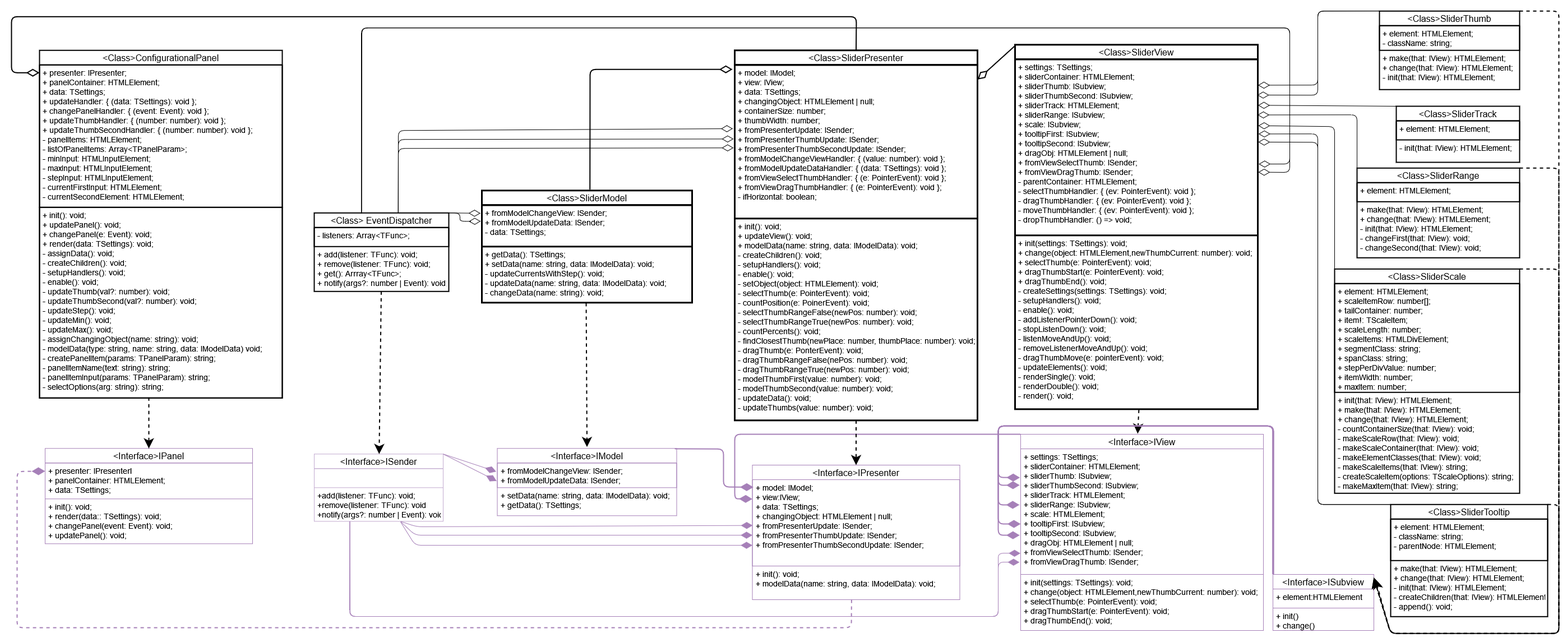
Before: src/UML diagram.png, a diagram exported from draw.io (gunzenroses/slider-plugin). Source tidied: cells renumbered, new cells last; positions are measured from the earlier drawing's top-left corner, leaving out a move shared by most shapes.
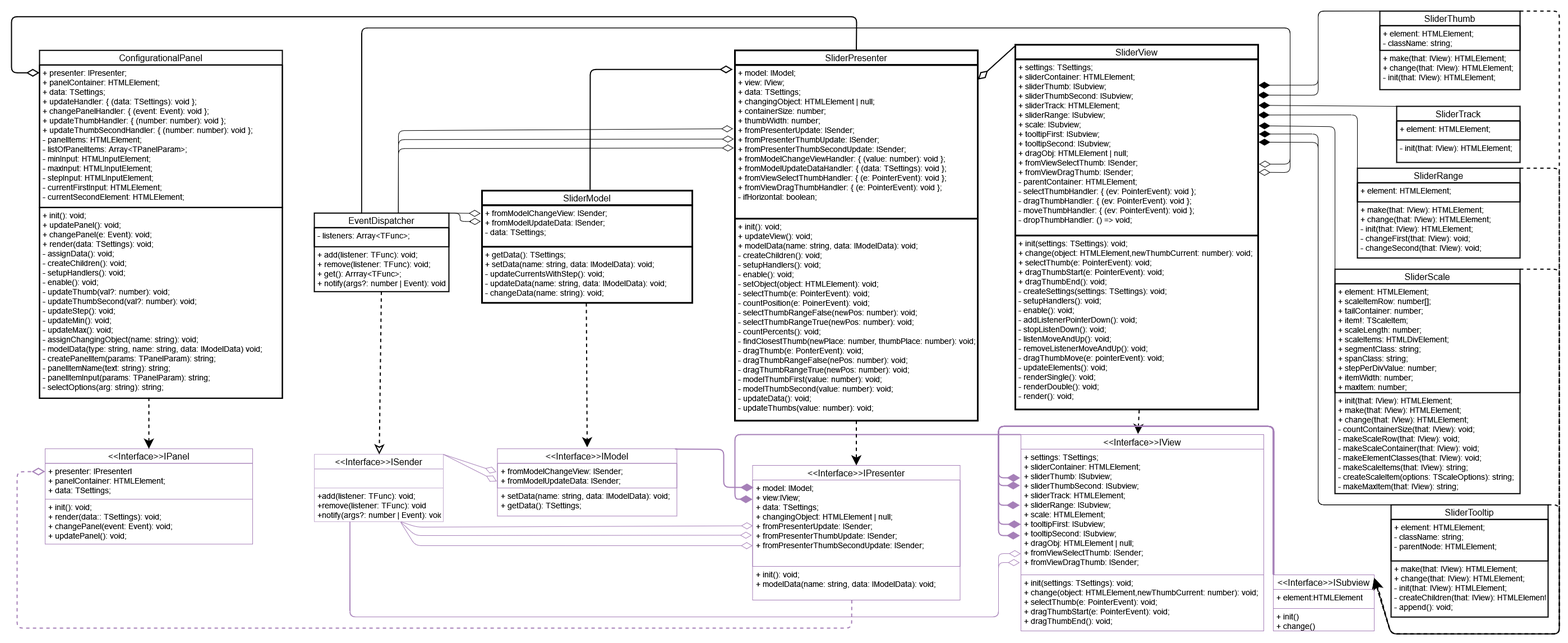
Later version of the same file.

Diff of the diagram source:
```diff
@@ -4,3 +4,3 @@
     <mxCell id="1" parent="0" />
-    <mxCell id="2" value="&lt;Interface&gt;ISubview" style="swimlane;fontStyle=0;horizontal=1;startSize=26;align=center;fontSize=16;strokeColor=#A680B8;" parent="1" vertex="1">
+    <mxCell id="2" value="&lt;&lt;Interface&gt;&gt;ISubview" style="swimlane;fontStyle=0;horizontal=1;startSize=26;align=center;fontSize=16;strokeColor=#A680B8;" parent="1" vertex="1">
       <mxGeometry x="2250" y="1005" width="180" height="100" as="geometry" />
@@ -13,3 +13,3 @@
     </mxCell>
-    <mxCell id="5" value="&lt;Interface&gt;IModel" style="swimlane;fontStyle=0;horizontal=1;startSize=26;align=center;fontSize=16;strokeColor=#A680B8;" parent="1" vertex="1">
+    <mxCell id="5" value="&lt;&lt;Interface&gt;&gt;IModel" style="swimlane;fontStyle=0;horizontal=1;startSize=26;align=center;fontSize=16;strokeColor=#A680B8;" parent="1" vertex="1">
       <mxGeometry x="866.5" y="780.3" width="320" height="120" as="geometry" />
@@ -22,3 +22,3 @@
     </mxCell>
-    <mxCell id="8" value="&lt;Interface&gt;IPresenter" style="swimlane;fontStyle=0;horizontal=1;startSize=26;align=center;fontSize=16;strokeColor=#A680B8;" parent="1" vertex="1">
+    <mxCell id="8" value="&lt;&lt;Interface&gt;&gt;IPresenter" style="swimlane;fontStyle=0;horizontal=1;startSize=26;align=center;fontSize=16;strokeColor=#A680B8;" parent="1" vertex="1">
       <mxGeometry x="1321.5" y="810" width="370" height="240" as="geometry" />
@@ -31,3 +31,3 @@
     </mxCell>
-    <mxCell id="11" value="&lt;Interface&gt;IView" style="swimlane;fontStyle=0;horizontal=1;startSize=26;align=center;fontSize=16;strokeColor=#A680B8;" parent="1" vertex="1">
+    <mxCell id="11" value="&lt;&lt;Interface&gt;&gt;IView" style="swimlane;fontStyle=0;horizontal=1;startSize=26;align=center;fontSize=16;strokeColor=#A680B8;" parent="1" vertex="1">
       <mxGeometry x="1800" y="755" width="433" height="350" as="geometry" />
@@ -40,3 +40,3 @@
     </mxCell>
-    <mxCell id="14" value="&lt;Interface&gt;ISender" style="swimlane;fontStyle=0;horizontal=1;startSize=26;align=center;fontSize=16;strokeColor=#C3ABD0;" parent="1" vertex="1">
+    <mxCell id="14" value="&lt;&lt;Interface&gt;&gt;ISender" style="swimlane;fontStyle=0;horizontal=1;startSize=26;align=center;fontSize=16;strokeColor=#C3ABD0;" parent="1" vertex="1">
       <mxGeometry x="540" y="790.3" width="230" height="120" as="geometry" />
@@ -49,3 +49,3 @@
     </mxCell>
-    <mxCell id="17" value="&lt;Class&gt;SliderModel" style="swimlane;fontStyle=0;horizontal=1;startSize=26;align=center;fontSize=16;strokeWidth=3;" parent="1" vertex="1">
+    <mxCell id="17" value="SliderModel" style="swimlane;fontStyle=0;horizontal=1;startSize=26;align=center;fontSize=16;strokeWidth=3;" parent="1" vertex="1">
       <mxGeometry x="839" y="320.3" width="375" height="200" as="geometry" />
@@ -61,3 +61,3 @@
     </mxCell>
-    <mxCell id="21" value="&lt;Class&gt; EventDispatcher" style="swimlane;fontStyle=0;horizontal=1;startSize=26;align=center;fontSize=16;strokeWidth=2;" parent="1" vertex="1">
+    <mxCell id="21" value="EventDispatcher" style="swimlane;fontStyle=0;horizontal=1;startSize=26;align=center;fontSize=16;strokeWidth=2;" parent="1" vertex="1">
       <mxGeometry x="540" y="360.3" width="240" height="140" as="geometry" />
@@ -70,6 +70,6 @@
     </mxCell>
-    <mxCell id="24" style="endArrow=diamondThin;html=1;fontSize=16;exitX=1;exitY=0;exitDx=0;exitDy=0;endFill=1;endSize=18;startSize=9;strokeColor=#A680B8;entryX=-0.006;entryY=0.348;entryDx=0;entryDy=0;entryPerimeter=0;" parent="1" edge="1" source="14" target="6">
+    <mxCell id="24" style="endArrow=diamondThin;html=1;fontSize=16;exitX=1;exitY=0;exitDx=0;exitDy=0;endFill=0;endSize=18;startSize=9;strokeColor=#A680B8;entryX=-0.006;entryY=0.348;entryDx=0;entryDy=0;entryPerimeter=0;" parent="1" edge="1" source="14" target="6">
       <mxGeometry relative="1" as="geometry" />
     </mxCell>
-    <mxCell id="25" style="endArrow=diamondThin;html=1;fontSize=16;endFill=1;endSize=18;startSize=9;strokeColor=#A680B8;entryX=-0.004;entryY=0.727;entryDx=0;entryDy=0;entryPerimeter=0;exitX=1;exitY=0;exitDx=0;exitDy=0;" parent="1" edge="1" source="14" target="6">
+    <mxCell id="25" style="endArrow=diamondThin;html=1;fontSize=16;endFill=0;endSize=18;startSize=9;strokeColor=#A680B8;entryX=-0.004;entryY=0.727;entryDx=0;entryDy=0;entryPerimeter=0;exitX=1;exitY=0;exitDx=0;exitDy=0;" parent="1" edge="1" source="14" target="6">
       <mxGeometry relative="1" as="geometry" />
@@ -85,3 +85,3 @@
     </mxCell>
-    <mxCell id="27" value="&lt;Class&gt;SliderView" style="swimlane;fontStyle=0;horizontal=1;startSize=26;align=center;fontSize=16;strokeWidth=3;" parent="1" vertex="1">
+    <mxCell id="27" value="SliderView" style="swimlane;fontStyle=0;horizontal=1;startSize=26;align=center;fontSize=16;strokeWidth=3;" parent="1" vertex="1">
       <mxGeometry x="1790" y="60.3" width="433" height="650" as="geometry" />
@@ -103,3 +103,3 @@
     </mxCell>
-    <mxCell id="31" style="endArrow=classic;html=1;fontSize=16;dashed=1;endSize=12;strokeWidth=2;" parent="1" edge="1" source="23" target="14">
+    <mxCell id="31" style="endArrow=classic;html=1;fontSize=16;dashed=1;endSize=12;strokeWidth=2;endFill=0;" parent="1" edge="1" source="23" target="14">
       <mxGeometry relative="1" as="geometry" />
@@ -109,3 +109,3 @@
     </mxCell>
-    <mxCell id="33" value="&lt;Class&gt;SliderPresenter" style="swimlane;fontStyle=0;horizontal=1;startSize=26;align=center;fontSize=16;strokeWidth=3;" parent="1" vertex="1">
+    <mxCell id="33" value="SliderPresenter" style="swimlane;fontStyle=0;horizontal=1;startSize=26;align=center;fontSize=16;strokeWidth=3;" parent="1" vertex="1">
       <mxGeometry x="1290" y="70.3" width="433" height="660" as="geometry" />
@@ -171,3 +171,3 @@
     </mxCell>
-    <mxCell id="45" value="&lt;Interface&gt;IPanel" style="swimlane;fontStyle=0;horizontal=1;startSize=26;align=center;fontSize=16;strokeColor=#A680B8;" parent="1" vertex="1">
+    <mxCell id="45" value="&lt;&lt;Interface&gt;&gt;IPanel" style="swimlane;fontStyle=0;horizontal=1;startSize=26;align=center;fontSize=16;strokeColor=#A680B8;" parent="1" vertex="1">
       <mxGeometry x="60" y="780.3" width="370" height="170" as="geometry" />
@@ -180,3 +180,3 @@
     </mxCell>
-    <mxCell id="48" value="&lt;Class&gt;ConfigurationalPanel" style="swimlane;fontStyle=0;horizontal=1;startSize=26;align=center;fontSize=16;strokeWidth=2;" parent="1" vertex="1">
+    <mxCell id="48" value="ConfigurationalPanel" style="swimlane;fontStyle=0;horizontal=1;startSize=26;align=center;fontSize=16;strokeWidth=2;" parent="1" vertex="1">
       <mxGeometry x="50" y="70.3" width="433" height="620" as="geometry" />
@@ -194,3 +194,3 @@
     </mxCell>
-    <mxCell id="52" style="endArrow=diamondThin;html=1;dashed=1;fontSize=16;endSize=18;strokeWidth=2;endFill=1;exitX=0.478;exitY=1;exitDx=0;exitDy=0;exitPerimeter=0;strokeColor=#A680B8;entryX=0;entryY=0.228;entryDx=0;entryDy=0;entryPerimeter=0;" parent="1" edge="1" source="10" target="46">
+    <mxCell id="52" style="endArrow=diamondThin;html=1;dashed=1;fontSize=16;endSize=18;strokeWidth=2;endFill=0;exitX=0.478;exitY=1;exitDx=0;exitDy=0;exitPerimeter=0;strokeColor=#A680B8;entryX=0;entryY=0.228;entryDx=0;entryDy=0;entryPerimeter=0;" parent="1" edge="1" source="10" target="46">
       <mxGeometry relative="1" as="geometry">
@@ -212,3 +212,3 @@
     </mxCell>
-    <mxCell id="54" style="endArrow=diamondThin;html=1;fontSize=16;endFill=1;endSize=18;startSize=9;strokeColor=#A680B8;exitX=0.671;exitY=1.004;exitDx=0;exitDy=0;exitPerimeter=0;entryX=0.001;entryY=0.53;entryDx=0;entryDy=0;entryPerimeter=0;" parent="1" edge="1" source="16" target="9">
+    <mxCell id="54" style="endArrow=diamondThin;html=1;fontSize=16;endFill=0;endSize=18;startSize=9;strokeColor=#A680B8;exitX=0.671;exitY=1.004;exitDx=0;exitDy=0;exitPerimeter=0;entryX=0.001;entryY=0.53;entryDx=0;entryDy=0;entryPerimeter=0;" parent="1" edge="1" source="16" target="9">
       <mxGeometry relative="1" as="geometry">
@@ -219,3 +219,3 @@
     </mxCell>
-    <mxCell id="55" style="endArrow=diamondThin;html=1;fontSize=16;endFill=1;endSize=18;startSize=9;strokeColor=#A680B8;exitX=0.669;exitY=1.006;exitDx=0;exitDy=0;exitPerimeter=0;entryX=0;entryY=0.643;entryDx=0;entryDy=0;entryPerimeter=0;" parent="1" edge="1" source="16" target="9">
+    <mxCell id="55" style="endArrow=diamondThin;html=1;fontSize=16;endFill=0;endSize=18;startSize=9;strokeColor=#A680B8;exitX=0.669;exitY=1.006;exitDx=0;exitDy=0;exitPerimeter=0;entryX=-0.004;entryY=0.639;entryDx=0;entryDy=0;entryPerimeter=0;" parent="1" edge="1" source="16" target="9">
       <mxGeometry relative="1" as="geometry">
@@ -226,3 +226,3 @@
     </mxCell>
-    <mxCell id="56" style="endArrow=diamondThin;html=1;fontSize=16;endFill=1;endSize=18;startSize=9;strokeColor=#A680B8;exitX=0.67;exitY=1.02;exitDx=0;exitDy=0;exitPerimeter=0;entryX=0;entryY=0.76;entryDx=0;entryDy=0;entryPerimeter=0;" parent="1" edge="1" source="16" target="9">
+    <mxCell id="56" style="endArrow=diamondThin;html=1;fontSize=16;endFill=0;endSize=18;startSize=9;strokeColor=#A680B8;exitX=0.67;exitY=1.02;exitDx=0;exitDy=0;exitPerimeter=0;entryX=0;entryY=0.76;entryDx=0;entryDy=0;entryPerimeter=0;" parent="1" edge="1" source="16" target="9">
       <mxGeometry relative="1" as="geometry">
@@ -233,3 +233,3 @@
     </mxCell>
-    <mxCell id="57" style="endArrow=diamondThin;html=1;fontSize=16;endFill=1;endSize=18;startSize=9;strokeColor=#A680B8;exitX=0.277;exitY=1.003;exitDx=0;exitDy=0;exitPerimeter=0;entryX=-0.001;entryY=0.832;entryDx=0;entryDy=0;entryPerimeter=0;" parent="1" edge="1" source="16" target="12">
+    <mxCell id="57" style="endArrow=diamondThin;html=1;fontSize=16;endFill=0;endSize=18;startSize=9;strokeColor=#A680B8;exitX=0.277;exitY=1.003;exitDx=0;exitDy=0;exitPerimeter=0;entryX=-0.001;entryY=0.832;entryDx=0;entryDy=0;entryPerimeter=0;" parent="1" edge="1" source="16" target="12">
       <mxGeometry relative="1" as="geometry">
@@ -243,3 +243,3 @@
     </mxCell>
-    <mxCell id="58" style="endArrow=diamondThin;html=1;fontSize=16;endFill=1;endSize=18;startSize=9;strokeColor=#A680B8;entryX=-0.005;entryY=0.903;entryDx=0;entryDy=0;entryPerimeter=0;exitX=0.275;exitY=0.997;exitDx=0;exitDy=0;exitPerimeter=0;" parent="1" edge="1" source="16" target="12">
+    <mxCell id="58" style="endArrow=diamondThin;html=1;fontSize=16;endFill=0;endSize=18;startSize=9;strokeColor=#A680B8;entryX=-0.005;entryY=0.903;entryDx=0;entryDy=0;entryPerimeter=0;exitX=0.275;exitY=0.997;exitDx=0;exitDy=0;exitPerimeter=0;" parent="1" edge="1" source="16" target="12">
       <mxGeometry relative="1" as="geometry">
@@ -306,3 +306,3 @@
     </mxCell>
-    <mxCell id="65" value="&lt;Class&gt;SliderScale" style="swimlane;fontStyle=0;horizontal=1;startSize=26;align=center;fontSize=16;strokeWidth=2;" parent="1" vertex="1">
+    <mxCell id="65" value="SliderScale" style="swimlane;fontStyle=0;horizontal=1;startSize=26;align=center;fontSize=16;strokeWidth=2;" parent="1" vertex="1">
       <mxGeometry x="2360" y="460.3" width="330" height="400" as="geometry" />
@@ -315,3 +315,3 @@
     </mxCell>
-    <mxCell id="68" value="&lt;Class&gt;SliderTooltip" style="swimlane;fontStyle=0;horizontal=1;startSize=26;align=center;fontSize=16;strokeWidth=2;" parent="1" vertex="1">
+    <mxCell id="68" value="SliderTooltip" style="swimlane;fontStyle=0;horizontal=1;startSize=26;align=center;fontSize=16;strokeWidth=2;" parent="1" vertex="1">
       <mxGeometry x="2460" y="880.3" width="280" height="200" as="geometry" />
@@ -324,3 +324,3 @@
     </mxCell>
-    <mxCell id="71" value="&lt;Class&gt;SliderTrack" style="swimlane;fontStyle=0;horizontal=1;startSize=26;align=center;fontSize=16;strokeWidth=2;" parent="1" vertex="1">
+    <mxCell id="71" value="SliderTrack" style="swimlane;fontStyle=0;horizontal=1;startSize=26;align=center;fontSize=16;strokeWidth=2;" parent="1" vertex="1">
       <mxGeometry x="2470" y="170" width="220" height="100" as="geometry" />
@@ -333,3 +333,3 @@
     </mxCell>
-    <mxCell id="74" value="&lt;Class&gt;SliderThumb" style="swimlane;fontStyle=0;horizontal=1;startSize=26;align=center;fontSize=16;strokeWidth=2;" parent="1" vertex="1">
+    <mxCell id="74" value="SliderThumb" style="swimlane;fontStyle=0;horizontal=1;startSize=26;align=center;fontSize=16;strokeWidth=2;" parent="1" vertex="1">
       <mxGeometry x="2440" y="0.3" width="250" height="140" as="geometry" />
@@ -342,3 +342,3 @@
     </mxCell>
-    <mxCell id="77" value="&lt;Class&gt;SliderRange" style="swimlane;fontStyle=0;horizontal=1;startSize=26;align=center;fontSize=16;strokeWidth=2;" parent="1" vertex="1">
+    <mxCell id="77" value="SliderRange" style="swimlane;fontStyle=0;horizontal=1;startSize=26;align=center;fontSize=16;strokeWidth=2;" parent="1" vertex="1">
       <mxGeometry x="2400" y="280.3" width="290" height="160" as="geometry" />
@@ -351,3 +351,3 @@
     </mxCell>
-    <mxCell id="80" style="endArrow=diamondThin;html=1;fontSize=16;endSize=18;strokeColor=#000000;strokeWidth=1;exitX=0;exitY=0;exitDx=0;exitDy=0;endFill=0;entryX=0.999;entryY=0.316;entryDx=0;entryDy=0;entryPerimeter=0;" parent="1" edge="1" source="77" target="28">
+    <mxCell id="80" style="endArrow=diamondThin;html=1;fontSize=16;endSize=18;strokeColor=#000000;strokeWidth=1;exitX=0;exitY=0;exitDx=0;exitDy=0;endFill=1;entryX=0.999;entryY=0.316;entryDx=0;entryDy=0;entryPerimeter=0;" parent="1" edge="1" source="77" target="28">
       <mxGeometry relative="1" as="geometry">
@@ -358,3 +358,3 @@
     </mxCell>
-    <mxCell id="81" style="endArrow=diamondThin;html=1;fontSize=16;endSize=18;strokeColor=#000000;strokeWidth=1;exitX=0;exitY=0;exitDx=0;exitDy=0;endFill=0;entryX=0.998;entryY=0.203;entryDx=0;entryDy=0;entryPerimeter=0;" parent="1" edge="1" source="74" target="28">
+    <mxCell id="81" style="endArrow=diamondThin;html=1;fontSize=16;endSize=18;strokeColor=#000000;strokeWidth=1;exitX=0;exitY=0;exitDx=0;exitDy=0;endFill=1;entryX=0.998;entryY=0.203;entryDx=0;entryDy=0;entryPerimeter=0;" parent="1" edge="1" source="74" target="28">
       <mxGeometry relative="1" as="geometry">
@@ -367,3 +367,3 @@
     </mxCell>
-    <mxCell id="82" style="endArrow=diamondThin;html=1;fontSize=16;endSize=18;strokeColor=#000000;strokeWidth=1;endFill=0;entryX=1.001;entryY=0.147;entryDx=0;entryDy=0;entryPerimeter=0;exitX=0.017;exitY=-0.002;exitDx=0;exitDy=0;exitPerimeter=0;" parent="1" edge="1" source="74" target="28">
+    <mxCell id="82" style="endArrow=diamondThin;html=1;fontSize=16;endSize=18;strokeColor=#000000;strokeWidth=1;endFill=1;entryX=1.001;entryY=0.147;entryDx=0;entryDy=0;entryPerimeter=0;exitX=0.017;exitY=-0.002;exitDx=0;exitDy=0;exitPerimeter=0;" parent="1" edge="1" source="74" target="28">
       <mxGeometry relative="1" as="geometry">
@@ -376,3 +376,3 @@
     </mxCell>
-    <mxCell id="83" style="endArrow=diamondThin;html=1;fontSize=16;endSize=18;strokeColor=#000000;strokeWidth=1;exitX=0;exitY=0;exitDx=0;exitDy=0;endFill=0;entryX=1.003;entryY=0.424;entryDx=0;entryDy=0;entryPerimeter=0;" parent="1" edge="1" source="68" target="28">
+    <mxCell id="83" style="endArrow=diamondThin;html=1;fontSize=16;endSize=18;strokeColor=#000000;strokeWidth=1;exitX=0;exitY=0;exitDx=0;exitDy=0;endFill=1;entryX=1.003;entryY=0.424;entryDx=0;entryDy=0;entryPerimeter=0;" parent="1" edge="1" source="68" target="28">
       <mxGeometry relative="1" as="geometry">
@@ -384,3 +384,3 @@
     </mxCell>
-    <mxCell id="84" style="endArrow=diamondThin;html=1;fontSize=16;endSize=18;strokeColor=#000000;strokeWidth=1;endFill=0;exitX=0;exitY=0;exitDx=0;exitDy=0;entryX=1.002;entryY=0.47;entryDx=0;entryDy=0;entryPerimeter=0;" parent="1" edge="1" source="68" target="28">
+    <mxCell id="84" style="endArrow=diamondThin;html=1;fontSize=16;endSize=18;strokeColor=#000000;strokeWidth=1;endFill=1;exitX=0;exitY=0;exitDx=0;exitDy=0;entryX=1.002;entryY=0.47;entryDx=0;entryDy=0;entryPerimeter=0;" parent="1" edge="1" source="68" target="28">
       <mxGeometry relative="1" as="geometry">
@@ -393,3 +393,3 @@
     </mxCell>
-    <mxCell id="85" style="endArrow=diamondThin;html=1;fontSize=16;endSize=18;strokeColor=#000000;strokeWidth=1;exitX=0;exitY=0;exitDx=0;exitDy=0;entryX=1.001;entryY=0.261;entryDx=0;entryDy=0;entryPerimeter=0;endFill=0;" parent="1" edge="1" source="71" target="28">
+    <mxCell id="85" style="endArrow=diamondThin;html=1;fontSize=16;endSize=18;strokeColor=#000000;strokeWidth=1;exitX=0;exitY=0;exitDx=0;exitDy=0;entryX=1.001;entryY=0.261;entryDx=0;entryDy=0;entryPerimeter=0;endFill=1;" parent="1" edge="1" source="71" target="28">
       <mxGeometry relative="1" as="geometry" />
@@ -433,3 +433,3 @@
     </mxCell>
-    <mxCell id="90" style="endArrow=diamondThin;html=1;fontSize=16;endSize=18;strokeColor=#000000;strokeWidth=1;entryX=1.002;entryY=0.377;entryDx=0;entryDy=0;entryPerimeter=0;endFill=0;exitX=0;exitY=0;exitDx=0;exitDy=0;" parent="1" edge="1" source="65" target="28">
+    <mxCell id="90" style="endArrow=diamondThin;html=1;fontSize=16;endSize=18;strokeColor=#000000;strokeWidth=1;entryX=1.002;entryY=0.377;entryDx=0;entryDy=0;entryPerimeter=0;endFill=1;exitX=0;exitY=0;exitDx=0;exitDy=0;" parent="1" edge="1" source="65" target="28">
       <mxGeometry relative="1" as="geometry">
```
